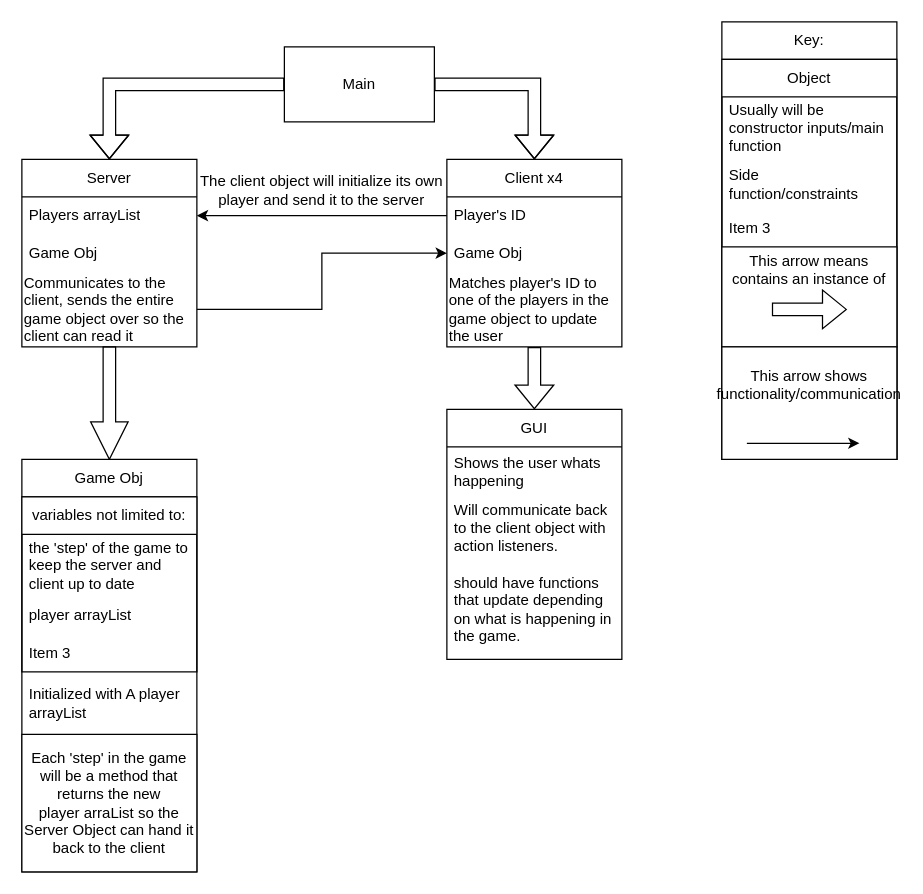
This is Untitled Diagram.drawio from happyhourxd/EuchreJ, a draw.io file, before an edit. Source tidied: cells renumbered, new cells numbered last; positions are measured from the earlier drawing's top-left corner, leaving out a move shared by most shapes. Both pictures are drawn from the tidied source at 125%, with x=0, y=0 at pixel (21, 21).
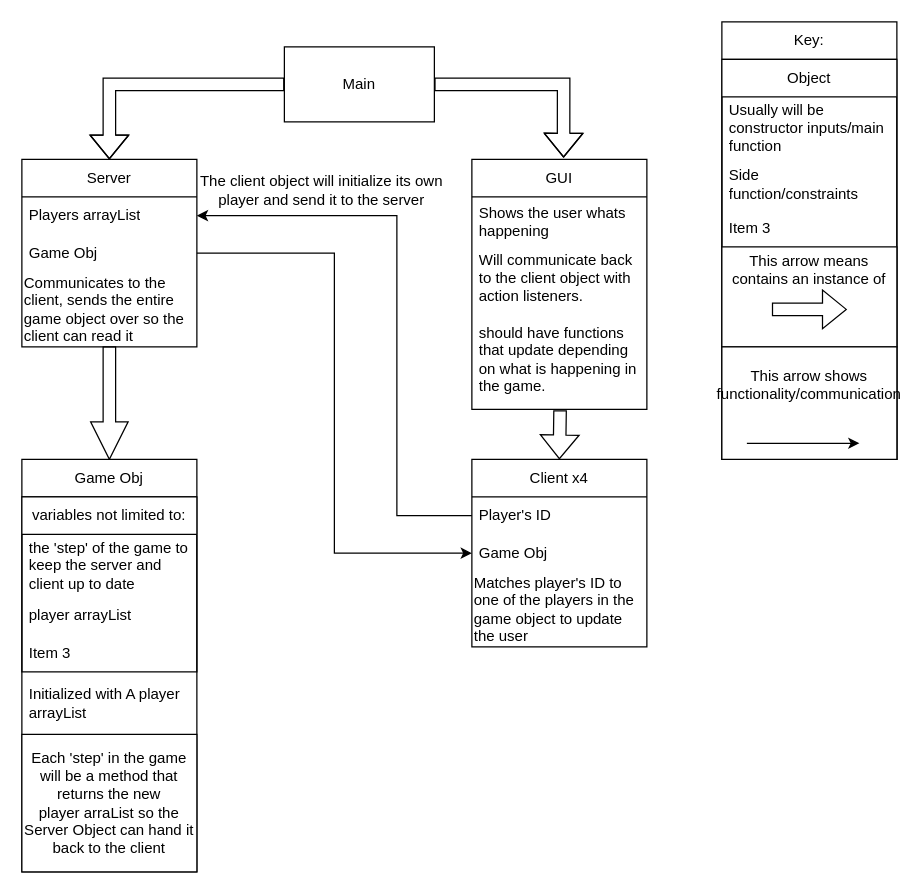
The same page after the edit.

Commit message:
Changed instance order

The change refers to these unchanged cells:
```xml
<mxCell id="3" value="Main" style="rounded=0;whiteSpace=wrap;html=1;" parent="1" vertex="1">
  <mxGeometry x="210" y="20" width="120" height="60" as="geometry" />
</mxCell>
<mxCell id="6" value="Player's ID" style="text;strokeColor=none;fillColor=none;align=left;verticalAlign=middle;spacingLeft=4;spacingRight=4;overflow=hidden;points=[[0,0.5],[1,0.5]];portConstraint=eastwest;whiteSpace=wrap;html=1;" parent="5" vertex="1">
  <mxGeometry y="30" width="140" height="30" as="geometry" />
</mxCell>
<mxCell id="7" value="Game Obj" style="text;strokeColor=none;fillColor=none;align=left;verticalAlign=middle;spacingLeft=4;spacingRight=4;overflow=hidden;points=[[0,0.5],[1,0.5]];portConstraint=eastwest;whiteSpace=wrap;html=1;" parent="5" vertex="1">
  <mxGeometry y="60" width="140" height="30" as="geometry" />
</mxCell>
<mxCell id="8" value="Matches player's ID to one of the players in the game object to update the user" style="text;html=1;align=left;verticalAlign=middle;whiteSpace=wrap;rounded=0;" parent="5" vertex="1">
  <mxGeometry y="90" width="140" height="60" as="geometry" />
</mxCell>
<mxCell id="11" value="Players arrayList" style="text;strokeColor=none;fillColor=none;align=left;verticalAlign=middle;spacingLeft=4;spacingRight=4;overflow=hidden;points=[[0,0.5],[1,0.5]];portConstraint=eastwest;whiteSpace=wrap;html=1;" parent="10" vertex="1">
  <mxGeometry y="30" width="140" height="30" as="geometry" />
</mxCell>
<mxCell id="12" value="Game Obj" style="text;strokeColor=none;fillColor=none;align=left;verticalAlign=middle;spacingLeft=4;spacingRight=4;overflow=hidden;points=[[0,0.5],[1,0.5]];portConstraint=eastwest;whiteSpace=wrap;html=1;" parent="10" vertex="1">
  <mxGeometry y="60" width="140" height="30" as="geometry" />
</mxCell>
<mxCell id="13" value="Communicates to the client, sends the entire game object over so the client can read it" style="text;html=1;align=left;verticalAlign=middle;whiteSpace=wrap;rounded=0;" parent="10" vertex="1">
  <mxGeometry y="90" width="140" height="60" as="geometry" />
</mxCell>
<mxCell id="38" value="should have functions that update depending on what is happening in the game." style="text;strokeColor=none;fillColor=none;align=left;verticalAlign=middle;spacingLeft=4;spacingRight=4;overflow=hidden;points=[[0,0.5],[1,0.5]];portConstraint=eastwest;whiteSpace=wrap;html=1;" parent="35" vertex="1">
  <mxGeometry y="120" width="140" height="80" as="geometry" />
</mxCell>
```

Diff of the diagram source:
```diff
@@
-    <mxCell id="2" style="edgeStyle=orthogonalEdgeStyle;rounded=0;jettySize=auto;html=1;shape=flexArrow;entryX=0.5;entryY=0;entryDx=0;entryDy=0;" parent="1" edge="1" source="3" target="5">
-      <mxGeometry relative="1" as="geometry" />
-    </mxCell>
@@
     <mxCell id="5" value="Client x4" style="swimlane;fontStyle=0;horizontal=1;startSize=30;whiteSpace=wrap;html=1;" parent="1" vertex="1">
-      <mxGeometry x="340" y="110" width="140" height="150" as="geometry" />
+      <mxGeometry x="360" y="350" width="140" height="150" as="geometry" />
     </mxCell>
@@
-    <mxCell id="14" style="edgeStyle=orthogonalEdgeStyle;rounded=0;jettySize=auto;html=1;entryX=0;entryY=0.5;entryDx=0;entryDy=0;" parent="1" edge="1" source="13" target="7">
-      <mxGeometry relative="1" as="geometry" />
-    </mxCell>
-    <mxCell id="15" style="edgeStyle=orthogonalEdgeStyle;rounded=0;jettySize=auto;html=1;entryX=1;entryY=0.5;entryDx=0;entryDy=0;" parent="1" edge="1" source="6" target="11">
-      <mxGeometry relative="1" as="geometry" />
-    </mxCell>
@@
     <mxCell id="35" value="GUI" style="swimlane;fontStyle=0;horizontal=1;startSize=30;whiteSpace=wrap;html=1;" parent="1" vertex="1">
-      <mxGeometry x="340" y="310" width="140" height="200" as="geometry" />
+      <mxGeometry x="360" y="110" width="140" height="200" as="geometry" />
     </mxCell>
@@
-    <mxCell id="39" style="edgeStyle=orthogonalEdgeStyle;rounded=0;jettySize=auto;html=1;entryX=0.5;entryY=0;entryDx=0;entryDy=0;shape=flexArrow;" parent="1" edge="1" source="8" target="35">
-      <mxGeometry relative="1" as="geometry" />
-    </mxCell>
+    <mxCell id="40" style="edgeStyle=orthogonalEdgeStyle;rounded=0;jettySize=auto;html=1;entryX=0.524;entryY=-0.007;entryDx=0;entryDy=0;entryPerimeter=0;shape=flexArrow;" parent="1" edge="1" source="3" target="35">
+      <mxGeometry relative="1" as="geometry" />
+    </mxCell>
+    <mxCell id="41" style="endArrow=classic;html=1;rounded=0;exitX=0.504;exitY=1.009;exitDx=0;exitDy=0;exitPerimeter=0;entryX=0.5;entryY=0;entryDx=0;entryDy=0;shape=flexArrow;" parent="1" edge="1" source="38" target="5">
+      <mxGeometry relative="1" as="geometry" />
+    </mxCell>
+    <mxCell id="42" style="edgeStyle=orthogonalEdgeStyle;rounded=0;jettySize=auto;html=1;entryX=0;entryY=0.5;entryDx=0;entryDy=0;" parent="1" edge="1" source="12" target="7">
+      <mxGeometry relative="1" as="geometry" />
+    </mxCell>
+    <mxCell id="15" style="edgeStyle=orthogonalEdgeStyle;rounded=0;jettySize=auto;html=1;entryX=1;entryY=0.5;entryDx=0;entryDy=0;" parent="1" edge="1" source="6" target="11">
+      <mxGeometry relative="1" as="geometry">
+        <Array as="points">
+          <mxPoint x="300" y="395" />
+          <mxPoint x="300" y="155" />
+        </Array>
+      </mxGeometry>
+    </mxCell>
```
